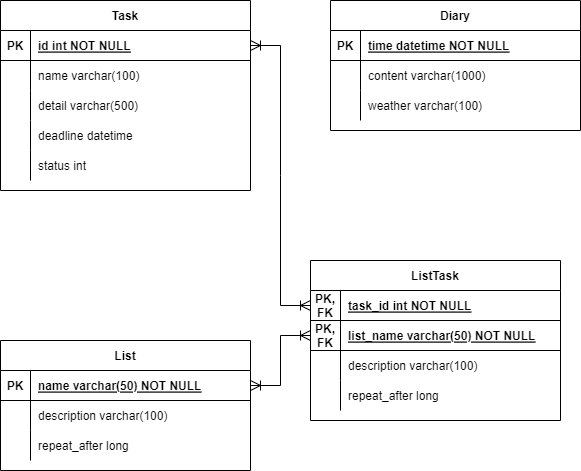
vnminhhai/PRN keeps this draw.io diagram as PRN DB.drawio.png. Above is the earlier version. Source tidied: cells renumbered, new cells last; positions are measured from the earlier drawing's top-left corner, leaving out a move shared by most shapes.
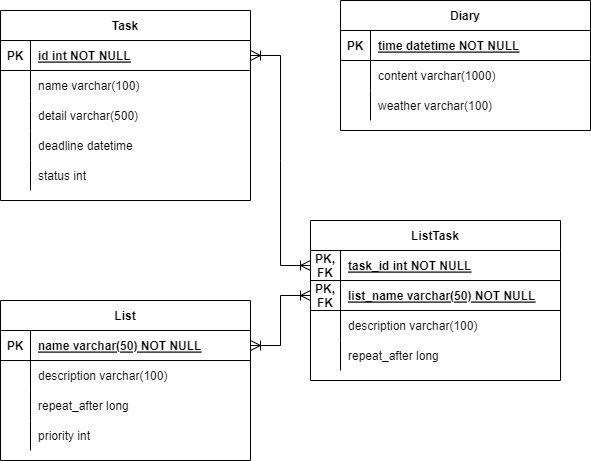
The same file after the commit.

The edit, as a diff of the source:
```diff
@@ -3,7 +3,7 @@
     <mxCell id="0" />
     <mxCell id="1" parent="0" />
     <mxCell id="2" value="Diary" style="shape=table;startSize=30;rowLines=0;fontStyle=1;align=center;" parent="1" vertex="1">
-      <mxGeometry x="330" width="250" height="130" as="geometry" />
+      <mxGeometry x="340" y="40" width="250" height="130" as="geometry" />
     </mxCell>
     <mxCell id="3" style="shape=partialRectangle;fillColor=none;top=0;left=0;right=0;bottom=1;" parent="2" vertex="1">
       <mxGeometry y="30" width="250" height="30" as="geometry" />
@@ -33,7 +33,7 @@
       <mxGeometry x="30" width="220" height="30" as="geometry" />
     </mxCell>
     <mxCell id="12" value="List" style="shape=table;startSize=30;rowLines=0;fontStyle=1;align=center;" parent="1" vertex="1">
-      <mxGeometry y="340" width="250" height="130" as="geometry" />
+      <mxGeometry y="340" width="250" height="160" as="geometry" />
     </mxCell>
     <mxCell id="13" style="shape=partialRectangle;fillColor=none;points=[[0,0.5],[1,0.5]];portConstraint=eastwest;top=0;left=0;right=0;bottom=1;" parent="12" vertex="1">
       <mxGeometry y="30" width="250" height="30" as="geometry" />
@@ -62,8 +62,17 @@
     <mxCell id="21" value="repeat_after long" style="shape=partialRectangle;overflow=hidden;fillColor=none;top=0;left=0;bottom=0;right=0;align=left;spacingLeft=6;" parent="19" vertex="1">
       <mxGeometry x="30" width="220" height="30" as="geometry" />
     </mxCell>
+    <mxCell id="53" style="shape=partialRectangle;fillColor=none;top=0;left=0;right=0;bottom=0;" parent="12" vertex="1">
+      <mxGeometry y="120" width="250" height="30" as="geometry" />
+    </mxCell>
+    <mxCell id="54" style="shape=partialRectangle;overflow=hidden;fillColor=none;top=0;left=0;bottom=0;right=0;" parent="53" vertex="1">
+      <mxGeometry width="30" height="30" as="geometry" />
+    </mxCell>
+    <mxCell id="55" value="priority int" style="shape=partialRectangle;overflow=hidden;fillColor=none;top=0;left=0;bottom=0;right=0;align=left;spacingLeft=6;" parent="53" vertex="1">
+      <mxGeometry x="30" width="220" height="30" as="geometry" />
+    </mxCell>
     <mxCell id="22" value="Task" style="shape=table;startSize=30;rowLines=0;fontStyle=1;align=center;" parent="1" vertex="1">
-      <mxGeometry width="250" height="190" as="geometry" />
+      <mxGeometry y="50" width="250" height="190" as="geometry" />
     </mxCell>
     <mxCell id="23" style="shape=partialRectangle;fillColor=none;points=[[0,0.5],[1,0.5]];portConstraint=eastwest;top=0;left=0;right=0;bottom=1;" parent="22" vertex="1">
       <mxGeometry y="30" width="250" height="30" as="geometry" />
```
